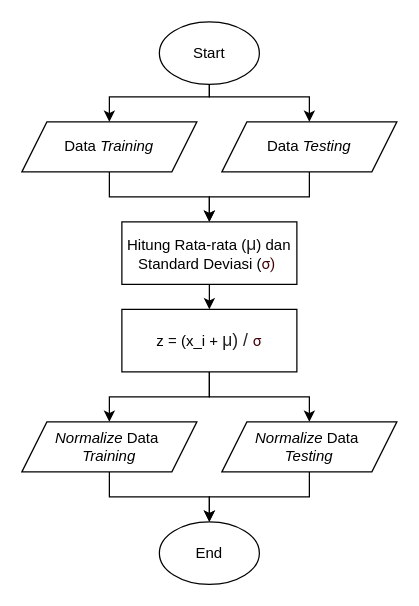
lullabymav/skrpsi keeps this draw.io diagram as page "Page-6" (7 of 8) of tahapan penelitian.drawio. Above is the earlier version. Source tidied: cells renumbered, new cells numbered last; positions are measured from the earlier drawing's top-left corner, leaving out a move shared by most shapes. Both pictures are drawn from the tidied source at 125%, with x=0, y=0 at pixel (21, 21).
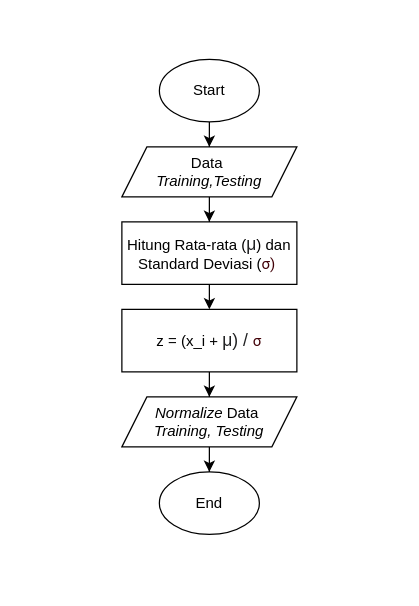
The same diagram, later.

The change refers to these unchanged cells:
```xml
<mxCell id="9" value="z = (x_i +&amp;nbsp;&lt;span style=&quot;color: rgb(32, 33, 34); font-family: sans-serif; font-size: 14px; text-align: start; background-color: rgb(255, 255, 255);&quot;&gt;μ) /&amp;nbsp;&lt;/span&gt;&lt;span style=&quot;color: rgb(65, 0, 7); font-family: &amp;quot;Google Sans&amp;quot;, Roboto, &amp;quot;Helvetica Neue&amp;quot;, Arial, sans-serif; text-align: start; background-color: rgb(255, 255, 255);&quot;&gt;σ&lt;/span&gt;" style="rounded=0;whiteSpace=wrap;html=1;" parent="1" vertex="1">
  <mxGeometry x="80" y="230" width="140" height="50" as="geometry" />
</mxCell>
<mxCell id="19" value="Hitung Rata-rata (&lt;span style=&quot;color: rgb(32, 33, 34); font-family: sans-serif; font-size: 14px; text-align: start; background-color: rgb(255, 255, 255);&quot;&gt;μ&lt;/span&gt;) dan Standard Deviasi (&lt;span style=&quot;color: rgb(65, 0, 7); font-family: &amp;quot;Google Sans&amp;quot;, Roboto, &amp;quot;Helvetica Neue&amp;quot;, Arial, sans-serif; text-align: start; background-color: rgb(255, 255, 255);&quot;&gt;&lt;font style=&quot;font-size: 12px;&quot;&gt;σ)&lt;/font&gt;&lt;/span&gt;&amp;nbsp;" style="rounded=0;whiteSpace=wrap;html=1;" parent="1" vertex="1">
  <mxGeometry x="80" y="160" width="140" height="50" as="geometry" />
</mxCell>
```

Diff of the diagram source:
```diff
@@
-    <mxCell id="2" style="edgeStyle=orthogonalEdgeStyle;rounded=0;jettySize=auto;html=1;exitX=0.5;exitY=1;exitDx=0;exitDy=0;" parent="1" edge="1" source="4" target="15">
-      <mxGeometry relative="1" as="geometry">
-        <Array as="points">
-          <mxPoint x="150" y="60" />
-          <mxPoint x="70" y="60" />
-        </Array>
-      </mxGeometry>
-    </mxCell>
-    <mxCell id="3" style="edgeStyle=orthogonalEdgeStyle;rounded=0;jettySize=auto;html=1;exitX=0.5;exitY=1;exitDx=0;exitDy=0;entryX=0.5;entryY=0;entryDx=0;entryDy=0;" parent="1" edge="1" source="4" target="17">
-      <mxGeometry relative="1" as="geometry">
-        <Array as="points">
-          <mxPoint x="150" y="60" />
-          <mxPoint x="230" y="60" />
-        </Array>
-      </mxGeometry>
-    </mxCell>
+    <mxCell id="20" style="edgeStyle=orthogonalEdgeStyle;rounded=0;jettySize=auto;html=1;" parent="1" edge="1" source="4" target="23">
+      <mxGeometry relative="1" as="geometry" />
+    </mxCell>
     <mxCell id="4" value="Start" style="ellipse;whiteSpace=wrap;html=1;" parent="1" vertex="1">
-      <mxGeometry x="110" width="80" height="50" as="geometry" />
+      <mxGeometry x="110" y="30" width="80" height="50" as="geometry" />
     </mxCell>
     <mxCell id="5" value="End" style="ellipse;whiteSpace=wrap;html=1;" parent="1" vertex="1">
-      <mxGeometry x="110" y="400" width="80" height="50" as="geometry" />
+      <mxGeometry x="110" y="360" width="80" height="50" as="geometry" />
     </mxCell>
@@
-    <mxCell id="7" style="edgeStyle=orthogonalEdgeStyle;rounded=0;jettySize=auto;html=1;exitX=0.5;exitY=1;exitDx=0;exitDy=0;entryX=0.5;entryY=0;entryDx=0;entryDy=0;" parent="1" edge="1" source="9" target="11">
-      <mxGeometry relative="1" as="geometry" />
-    </mxCell>
-    <mxCell id="8" style="edgeStyle=orthogonalEdgeStyle;rounded=0;jettySize=auto;html=1;exitX=0.5;exitY=1;exitDx=0;exitDy=0;" parent="1" edge="1" source="9" target="13">
-      <mxGeometry relative="1" as="geometry" />
-    </mxCell>
+    <mxCell id="21" style="edgeStyle=orthogonalEdgeStyle;rounded=0;jettySize=auto;html=1;" parent="1" edge="1" source="9" target="25">
+      <mxGeometry relative="1" as="geometry" />
+    </mxCell>
@@
-    <mxCell id="10" style="edgeStyle=orthogonalEdgeStyle;rounded=0;jettySize=auto;html=1;exitX=0.5;exitY=1;exitDx=0;exitDy=0;entryX=0.5;entryY=0;entryDx=0;entryDy=0;" parent="1" edge="1" source="11" target="5">
-      <mxGeometry relative="1" as="geometry">
-        <Array as="points">
-          <mxPoint x="70" y="380" />
-          <mxPoint x="150" y="380" />
-        </Array>
-      </mxGeometry>
-    </mxCell>
-    <mxCell id="11" value="&lt;i&gt;Normalize &lt;/i&gt;Data&amp;nbsp;&lt;div&gt;&lt;i&gt;Training&lt;/i&gt;&lt;/div&gt;" style="shape=parallelogram;perimeter=parallelogramPerimeter;whiteSpace=wrap;html=1;fixedSize=1;" parent="1" vertex="1">
-      <mxGeometry y="320" width="140" height="40" as="geometry" />
-    </mxCell>
-    <mxCell id="12" style="edgeStyle=orthogonalEdgeStyle;rounded=0;jettySize=auto;html=1;exitX=0.5;exitY=1;exitDx=0;exitDy=0;entryX=0.5;entryY=0;entryDx=0;entryDy=0;" parent="1" edge="1" source="13" target="5">
-      <mxGeometry relative="1" as="geometry">
-        <Array as="points">
-          <mxPoint x="230" y="380" />
-          <mxPoint x="150" y="380" />
-        </Array>
-      </mxGeometry>
-    </mxCell>
-    <mxCell id="13" value="&lt;i&gt;Normalize&amp;nbsp;&lt;/i&gt;Data&amp;nbsp;&lt;div&gt;&lt;i&gt;Testing&lt;/i&gt;&lt;/div&gt;" style="shape=parallelogram;perimeter=parallelogramPerimeter;whiteSpace=wrap;html=1;fixedSize=1;" parent="1" vertex="1">
-      <mxGeometry x="160" y="320" width="140" height="40" as="geometry" />
-    </mxCell>
-    <mxCell id="14" style="edgeStyle=orthogonalEdgeStyle;rounded=0;jettySize=auto;html=1;exitX=0.5;exitY=1;exitDx=0;exitDy=0;entryX=0.5;entryY=0;entryDx=0;entryDy=0;" parent="1" edge="1" source="15" target="19">
-      <mxGeometry relative="1" as="geometry" />
-    </mxCell>
-    <mxCell id="15" value="Data &lt;i&gt;Training&lt;/i&gt;" style="shape=parallelogram;perimeter=parallelogramPerimeter;whiteSpace=wrap;html=1;fixedSize=1;" parent="1" vertex="1">
-      <mxGeometry y="80" width="140" height="40" as="geometry" />
-    </mxCell>
@@
-    <mxCell id="17" value="Data &lt;i&gt;Testing&lt;/i&gt;" style="shape=parallelogram;perimeter=parallelogramPerimeter;whiteSpace=wrap;html=1;fixedSize=1;" parent="1" vertex="1">
-      <mxGeometry x="160" y="80" width="140" height="40" as="geometry" />
-    </mxCell>
-    <mxCell id="18" style="edgeStyle=orthogonalEdgeStyle;rounded=0;jettySize=auto;html=1;exitX=0.5;exitY=1;exitDx=0;exitDy=0;" parent="1" edge="1" source="17" target="19">
-      <mxGeometry relative="1" as="geometry" />
-    </mxCell>
@@
+    <mxCell id="22" style="edgeStyle=orthogonalEdgeStyle;rounded=0;jettySize=auto;html=1;" parent="1" edge="1" source="23" target="19">
+      <mxGeometry relative="1" as="geometry" />
+    </mxCell>
+    <mxCell id="23" value="Data&amp;nbsp;&lt;div&gt;&lt;i&gt;Training,&lt;/i&gt;&lt;i style=&quot;background-color: initial;&quot;&gt;Testing&lt;/i&gt;&lt;/div&gt;" style="shape=parallelogram;perimeter=parallelogramPerimeter;whiteSpace=wrap;html=1;fixedSize=1;" parent="1" vertex="1">
+      <mxGeometry x="80" y="100" width="140" height="40" as="geometry" />
+    </mxCell>
+    <mxCell id="24" style="edgeStyle=orthogonalEdgeStyle;rounded=0;jettySize=auto;html=1;" parent="1" edge="1" source="25" target="5">
+      <mxGeometry relative="1" as="geometry" />
+    </mxCell>
+    <mxCell id="25" value="&lt;i&gt;Normalize&amp;nbsp;&lt;/i&gt;Data&amp;nbsp;&lt;div&gt;&lt;i&gt;Training, Testing&lt;/i&gt;&lt;/div&gt;" style="shape=parallelogram;perimeter=parallelogramPerimeter;whiteSpace=wrap;html=1;fixedSize=1;" parent="1" vertex="1">
+      <mxGeometry x="80" y="300" width="140" height="40" as="geometry" />
+    </mxCell>
```
